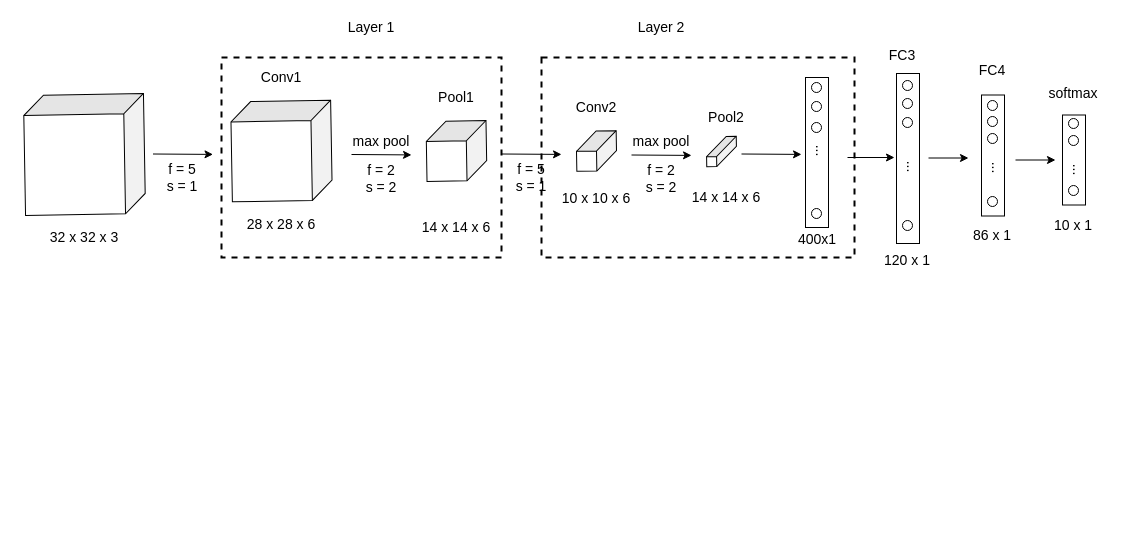
The draw.io diagram assets/images/2018/01/pooling.drawio in xta0/xta0.me, before the edit. Source tidied: cells renumbered, new cells numbered last; positions are measured from the earlier drawing's top-left corner, leaving out a move shared by most shapes. Both pictures are drawn from the tidied source at 100%, with x=0, y=0 at pixel (24, 17).
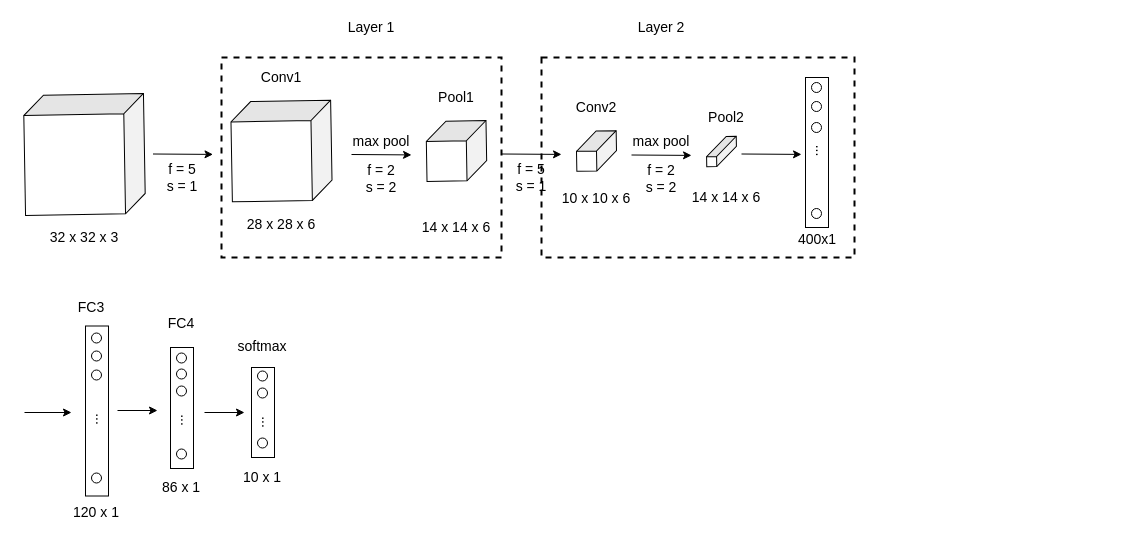
The same page after the edit.

The edit, as a diff of the source:
```diff
@@
-    <mxCell id="31" style="endArrow=classic;html=1;fontSize=14;" parent="1" edge="1">
-      <mxGeometry relative="1" as="geometry">
-        <mxPoint x="823" y="140" as="sourcePoint" />
-        <mxPoint x="870" y="140" as="targetPoint" />
-      </mxGeometry>
-    </mxCell>
@@
+    <mxCell id="66" style="group;" parent="1" vertex="1">
+      <mxGeometry y="280" width="268" height="225" as="geometry" />
+    </mxCell>
+    <mxCell id="31" style="endArrow=classic;html=1;fontSize=14;" parent="66" edge="1">
+      <mxGeometry relative="1" as="geometry">
+        <mxPoint y="115" as="sourcePoint" />
+        <mxPoint x="47" y="115" as="targetPoint" />
+      </mxGeometry>
+    </mxCell>
+    <mxCell id="67" style="group;" parent="66" vertex="1">
+      <mxGeometry x="42" width="226" height="225" as="geometry" />
+    </mxCell>
+    <mxCell id="68" style="group;" parent="67" vertex="1">
+      <mxGeometry width="226" height="225" as="geometry" />
+    </mxCell>
+    <mxCell id="69" style="group;" parent="68" vertex="1">
+      <mxGeometry width="226" height="225" as="geometry" />
+    </mxCell>
-    <mxCell id="39" style="group;" parent="1" vertex="1">
-      <mxGeometry x="853" y="27.5" width="226" height="225" as="geometry" />
+    <mxCell id="39" style="group;" parent="69" vertex="1">
+      <mxGeometry width="226" height="225" as="geometry" />
     </mxCell>
```
